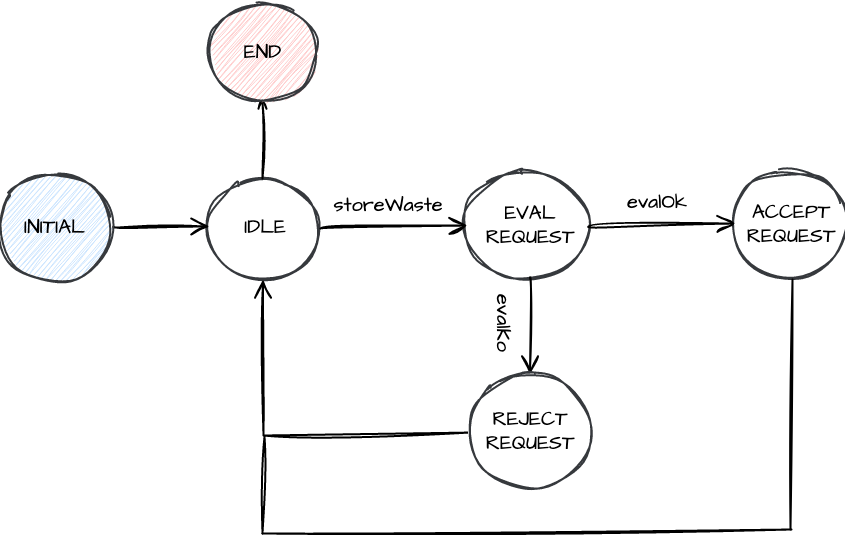
This is Sprint1/userDocs/resources/img/FSM_wasteServiceHandler.png from EnricoValastro/WasteService-Project, a draw.io export, as it was before one commit. Source tidied: cells renumbered, new cells last; positions are measured from the earlier drawing's top-left corner, leaving out a move shared by most shapes.
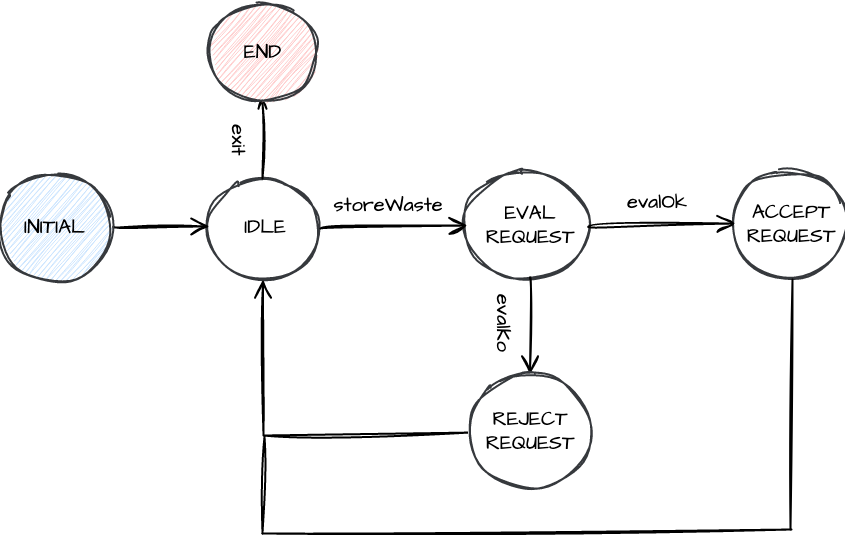
After the change.

What changed in the source:
```diff
@@ -94,5 +94,8 @@
     <mxCell id="22" value="END" style="ellipse;whiteSpace=wrap;html=1;sketch=1;hachureGap=4;jiggle=2;fontFamily=Architects Daughter;fontSource=https%3A%2F%2Ffonts.googleapis.com%2Fcss%3Ffamily%3DArchitects%2BDaughter;fontSize=20;strokeWidth=2;fillColor=#FFCCCC;strokeColor=#36393d;" parent="1" vertex="1">
       <mxGeometry x="208" width="107" height="101" as="geometry" />
     </mxCell>
+    <mxCell id="23" value="exit" style="text;strokeColor=none;fillColor=none;html=1;align=center;verticalAlign=middle;whiteSpace=wrap;rounded=0;sketch=1;hachureGap=4;jiggle=2;strokeWidth=2;fontFamily=Architects Daughter;fontSource=https%3A%2F%2Ffonts.googleapis.com%2Fcss%3Ffamily%3DArchitects%2BDaughter;fontSize=20;rotation=90;" parent="1" vertex="1">
+      <mxGeometry x="208" y="124" width="60" height="30" as="geometry" />
+    </mxCell>
   </root>
 </mxGraphModel>
```
